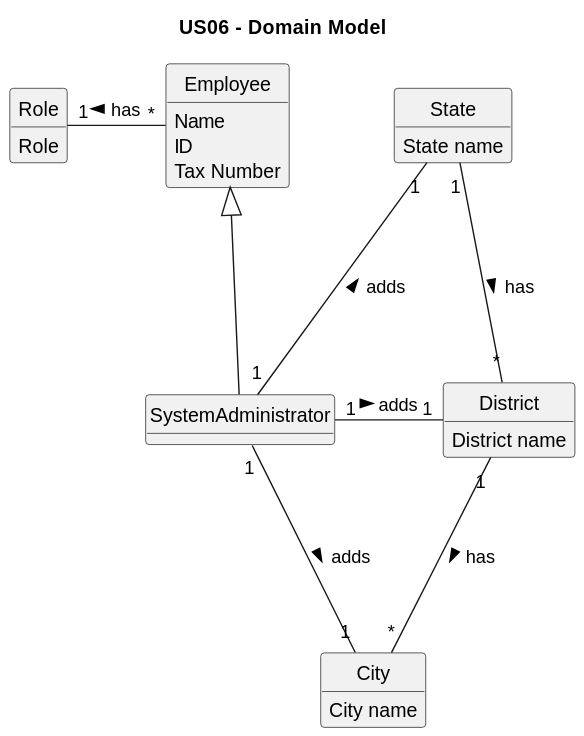
The PlantUML diagram docs/sprintB/US06/02.analysis/svg/us06-domain-model.svg in PureNimble/ISEP-LAPR2, before a commit.
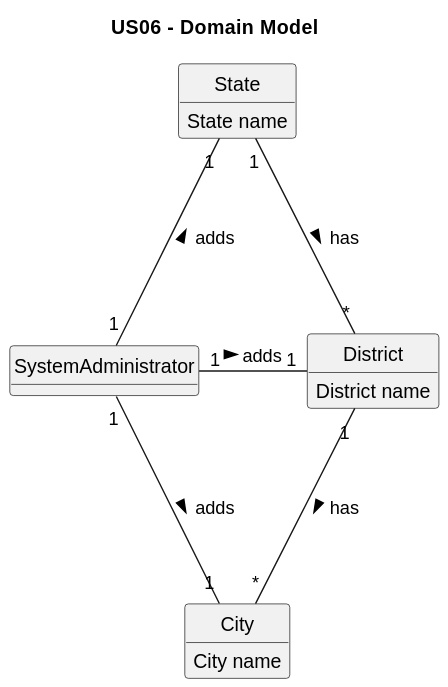
The same diagram one commit later.

Change to the diagram source:
```diff
@@ -10,30 +10,8 @@
 hide circle
 hide methods
 
-class SystemAdministrator
-
-class State
-
-class District
-
-class City
-
-class Employee
-
-class Role
-
 class SystemAdministrator {
 
-}
-
-class Employee {
-    Name
-    ID
-    Tax Number
-}
-
-class Role {
-    Role
 }
 
 class State {
@@ -50,11 +28,8 @@
 
 State "1" -down-- "*" District : has >
 District "1" -down-- "*" City : has >
-Employee "*" -left-- "1" Role : has >
 City "1" -up-- "1" SystemAdministrator: adds <
 District "1" -left-- "1" SystemAdministrator: adds <
 State "1" -down-- "1" SystemAdministrator: adds <
 
-Employee <|--- SystemAdministrator
-
 @enduml
```
